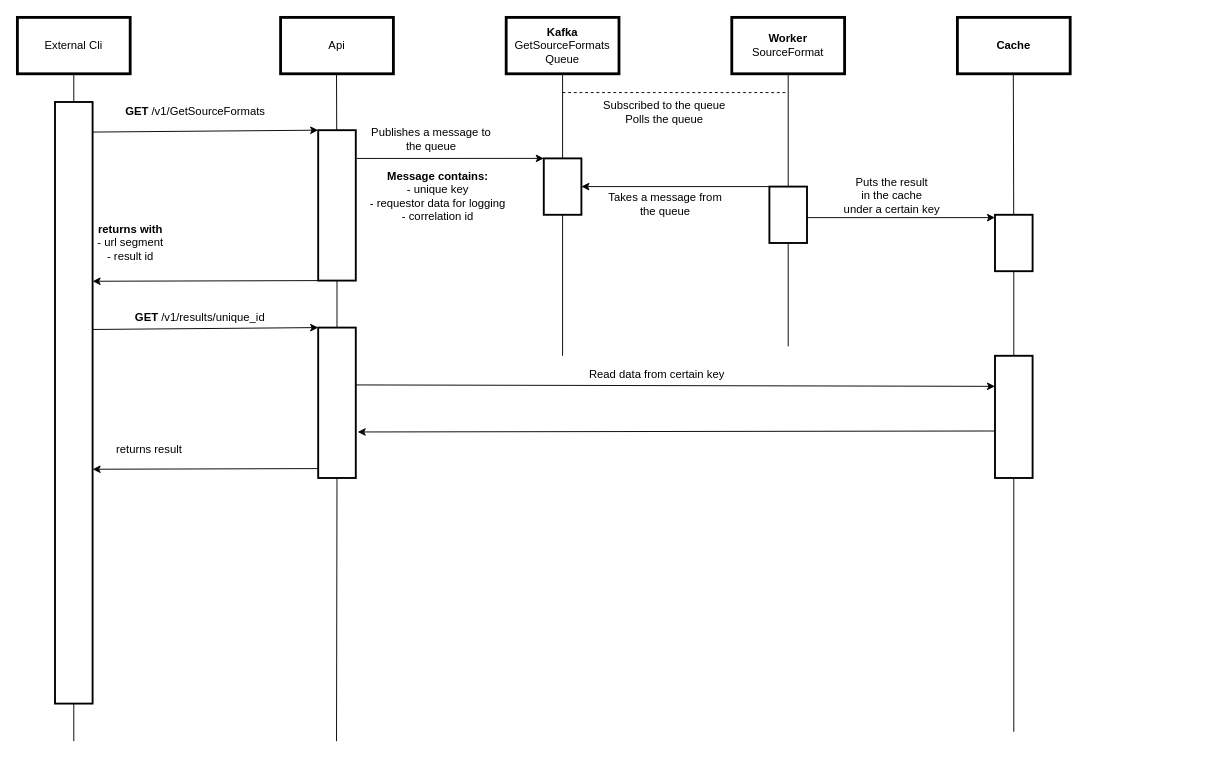
EncyclopediaGalactica/Design keeps this draw.io diagram as system_architecture/SourceFormats.drawio. Above is the earlier version. Source tidied: cells renumbered, new cells numbered last; positions are measured from the earlier drawing's top-left corner, leaving out a move shared by most shapes. Both pictures are drawn from the tidied source at 94%, with x=0, y=0 at pixel (17, 17).
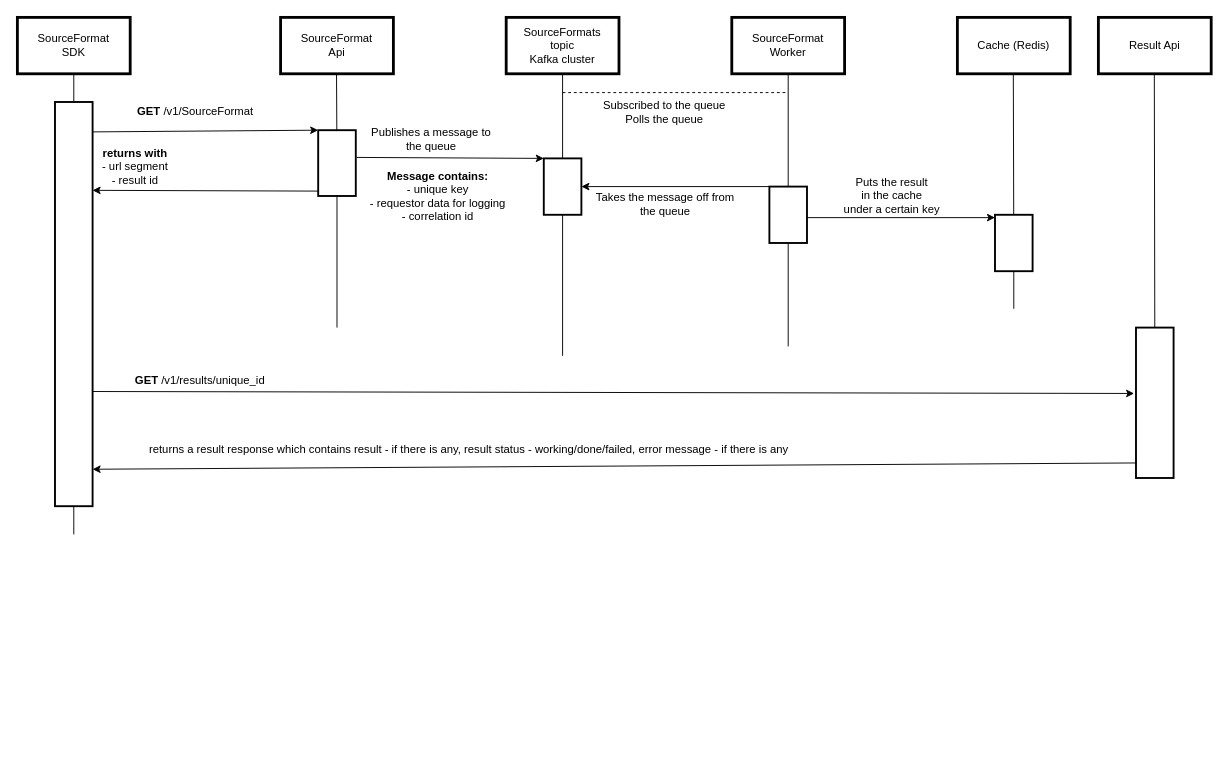
The same diagram, later.

Commit message (it also covers changes not shown here):
fix: SourceFormat workflow diagram

The change refers to these unchanged cells:
```xml
<mxCell id="13" style="rounded=0;whiteSpace=wrap;html=1;strokeWidth=2;" parent="1" vertex="1">
  <mxGeometry x="560" y="150" width="40" height="60" as="geometry" />
</mxCell>
<mxCell id="28" style="rounded=0;whiteSpace=wrap;html=1;strokeWidth=2;" parent="1" vertex="1">
  <mxGeometry x="1040" y="210" width="40" height="60" as="geometry" />
</mxCell>
```

Diff of the diagram source:
```diff
@@
-    <mxCell id="2" value="External Cli" style="rounded=0;whiteSpace=wrap;html=1;strokeWidth=3;" parent="1" vertex="1">
+    <mxCell id="2" value="SourceFormat&lt;br&gt;SDK" style="rounded=0;whiteSpace=wrap;html=1;strokeWidth=3;" parent="1" vertex="1">
       <mxGeometry width="120" height="60" as="geometry" />
     </mxCell>
-    <mxCell id="3" value="Api" style="rounded=0;whiteSpace=wrap;html=1;strokeWidth=3;" parent="1" vertex="1">
+    <mxCell id="3" value="SourceFormat&lt;br&gt;Api" style="rounded=0;whiteSpace=wrap;html=1;strokeWidth=3;" parent="1" vertex="1">
       <mxGeometry x="280" width="120" height="60" as="geometry" />
     </mxCell>
     <mxCell id="4" style="endArrow=none;html=1;rounded=0;entryX=0.5;entryY=1;entryDx=0;entryDy=0;" parent="1" edge="1" target="2">
       <mxGeometry relative="1" as="geometry">
-        <mxPoint x="60" y="770" as="sourcePoint" />
+        <mxPoint x="60" y="550" as="sourcePoint" />
       </mxGeometry>
     </mxCell>
@@
     <mxCell id="6" style="rounded=0;whiteSpace=wrap;html=1;strokeWidth=2;" parent="1" vertex="1">
-      <mxGeometry x="40" y="90" width="40" height="640" as="geometry" />
+      <mxGeometry x="40" y="90" width="40" height="430" as="geometry" />
     </mxCell>
     <mxCell id="7" style="rounded=0;whiteSpace=wrap;html=1;strokeWidth=2;" parent="1" vertex="1">
-      <mxGeometry x="320" y="120" width="40" height="160" as="geometry" />
+      <mxGeometry x="320" y="120" width="40" height="70" as="geometry" />
     </mxCell>
-    <mxCell id="8" style="endArrow=none;html=1;rounded=0;entryX=0.5;entryY=1;entryDx=0;entryDy=0;startArrow=none;" parent="1" edge="1" source="35" target="7">
-      <mxGeometry relative="1" as="geometry" />
+    <mxCell id="8" style="endArrow=none;html=1;rounded=0;entryX=0.5;entryY=1;entryDx=0;entryDy=0;startArrow=none;" parent="1" edge="1" target="7">
+      <mxGeometry relative="1" as="geometry">
+        <mxPoint x="340" y="330" as="sourcePoint" />
+      </mxGeometry>
     </mxCell>
-    <mxCell id="9" style="endArrow=classic;html=1;rounded=0;exitX=1;exitY=0.05;exitDx=0;exitDy=0;entryX=0;entryY=0;entryDx=0;entryDy=0;exitPerimeter=0;" parent="1" edge="1" source="6" target="7">
+    <mxCell id="9" style="endArrow=classic;html=1;rounded=0;exitX=1;exitY=0.074;exitDx=0;exitDy=0;entryX=0;entryY=0;entryDx=0;entryDy=0;exitPerimeter=0;" parent="1" edge="1" source="6" target="7">
       <mxGeometry relative="1" as="geometry" />
     </mxCell>
-    <mxCell id="10" value="&lt;b&gt;GET&lt;/b&gt; /v1/GetSourceFormats" style="text;html=1;align=center;verticalAlign=middle;strokeColor=none;fillColor=none;" parent="1" vertex="1">
-      <mxGeometry x="109" y="90" width="160" height="20" as="geometry" />
+    <mxCell id="10" value="&lt;b&gt;GET&lt;/b&gt; /v1/SourceFormat" style="text;html=1;align=center;verticalAlign=middle;strokeColor=none;fillColor=none;" parent="1" vertex="1">
+      <mxGeometry x="119" y="90" width="140" height="20" as="geometry" />
     </mxCell>
-    <mxCell id="11" value="&lt;b&gt;Kafka&lt;/b&gt;&lt;br&gt;GetSourceFormats&lt;br&gt;Queue" style="rounded=0;whiteSpace=wrap;html=1;strokeWidth=3;" parent="1" vertex="1">
+    <mxCell id="11" value="SourceFormats&lt;br&gt;topic&lt;br&gt;Kafka cluster" style="rounded=0;whiteSpace=wrap;html=1;strokeWidth=3;" parent="1" vertex="1">
       <mxGeometry x="520" width="120" height="60" as="geometry" />
     </mxCell>
@@
-    <mxCell id="15" style="endArrow=classic;html=1;rounded=0;exitX=1.025;exitY=0.188;exitDx=0;exitDy=0;entryX=0;entryY=0;entryDx=0;entryDy=0;exitPerimeter=0;" parent="1" edge="1" source="7" target="13">
+    <mxCell id="15" style="endArrow=classic;html=1;rounded=0;exitX=1.025;exitY=0.414;exitDx=0;exitDy=0;entryX=0;entryY=0;entryDx=0;entryDy=0;exitPerimeter=0;" parent="1" edge="1" source="7" target="13">
       <mxGeometry relative="1" as="geometry" />
     </mxCell>
@@
-    <mxCell id="17" value="&lt;b&gt;Worker&lt;/b&gt;&lt;br&gt;SourceFormat" style="rounded=0;whiteSpace=wrap;html=1;strokeWidth=3;" parent="1" vertex="1">
+    <mxCell id="17" value="SourceFormat&lt;br&gt;Worker" style="rounded=0;whiteSpace=wrap;html=1;strokeWidth=3;" parent="1" vertex="1">
       <mxGeometry x="760" width="120" height="60" as="geometry" />
     </mxCell>
@@
-    <mxCell id="25" value="Takes a message from&lt;br&gt;the queue" style="text;html=1;align=center;verticalAlign=middle;strokeColor=none;fillColor=none;" parent="1" vertex="1">
-      <mxGeometry x="619" y="184" width="140" height="30" as="geometry" />
+    <mxCell id="25" value="Takes the message off from&lt;br&gt;the queue" style="text;html=1;align=center;verticalAlign=middle;strokeColor=none;fillColor=none;" parent="1" vertex="1">
+      <mxGeometry x="609" y="184" width="160" height="30" as="geometry" />
     </mxCell>
-    <mxCell id="26" value="&lt;b&gt;Cache&lt;br&gt;&lt;/b&gt;" style="rounded=0;whiteSpace=wrap;html=1;strokeWidth=3;" parent="1" vertex="1">
+    <mxCell id="26" value="Cache (Redis)" style="rounded=0;whiteSpace=wrap;html=1;strokeWidth=3;" parent="1" vertex="1">
       <mxGeometry x="1000" width="120" height="60" as="geometry" />
     </mxCell>
@@
-    <mxCell id="29" style="endArrow=none;html=1;rounded=0;entryX=0.5;entryY=1;entryDx=0;entryDy=0;startArrow=none;" parent="1" edge="1" source="39" target="28">
-      <mxGeometry relative="1" as="geometry" />
+    <mxCell id="29" style="endArrow=none;html=1;rounded=0;entryX=0.5;entryY=1;entryDx=0;entryDy=0;startArrow=none;" parent="1" edge="1" target="28">
+      <mxGeometry relative="1" as="geometry">
+        <mxPoint x="1060" y="310" as="sourcePoint" />
+      </mxGeometry>
     </mxCell>
@@
-    <mxCell id="32" style="endArrow=classic;html=1;rounded=0;exitX=0;exitY=1;exitDx=0;exitDy=0;entryX=1;entryY=0.298;entryDx=0;entryDy=0;entryPerimeter=0;" parent="1" edge="1" source="7" target="6">
-      <mxGeometry relative="1" as="geometry" />
+    <mxCell id="32" style="endArrow=classic;html=1;rounded=0;exitX=0;exitY=1;exitDx=0;exitDy=0;entryX=1;entryY=0.44;entryDx=0;entryDy=0;entryPerimeter=0;" parent="1" edge="1">
+      <mxGeometry relative="1" as="geometry">
+        <mxPoint x="320" y="184.8" as="sourcePoint" />
+        <mxPoint x="80" y="184" as="targetPoint" />
+      </mxGeometry>
     </mxCell>
     <mxCell id="33" value="&lt;b&gt;returns with&lt;/b&gt;&lt;br&gt;- url segment&lt;br&gt;- result id" style="text;html=1;align=center;verticalAlign=middle;strokeColor=none;fillColor=none;" parent="1" vertex="1">
-      <mxGeometry x="75" y="215" width="90" height="50" as="geometry" />
+      <mxGeometry x="80" y="134" width="90" height="50" as="geometry" />
     </mxCell>
@@
-    <mxCell id="35" style="rounded=0;whiteSpace=wrap;html=1;strokeWidth=2;" parent="1" vertex="1">
-      <mxGeometry x="320" y="330" width="40" height="160" as="geometry" />
-    </mxCell>
-    <mxCell id="36" style="endArrow=none;html=1;rounded=0;entryX=0.5;entryY=1;entryDx=0;entryDy=0;" parent="1" edge="1" target="35">
-      <mxGeometry relative="1" as="geometry">
-        <mxPoint x="339.5" y="770" as="sourcePoint" />
-      </mxGeometry>
-    </mxCell>
-    <mxCell id="37" style="endArrow=classic;html=1;rounded=0;exitX=1;exitY=0.05;exitDx=0;exitDy=0;entryX=0;entryY=0;entryDx=0;entryDy=0;exitPerimeter=0;" parent="1" edge="1">
+    <mxCell id="37" style="endArrow=classic;html=1;rounded=0;exitX=1;exitY=0.05;exitDx=0;exitDy=0;entryX=-0.05;entryY=0.438;entryDx=0;entryDy=0;exitPerimeter=0;entryPerimeter=0;" parent="1" edge="1" target="39">
       <mxGeometry relative="1" as="geometry">
-        <mxPoint x="80" y="332" as="sourcePoint" />
-        <mxPoint x="320" y="330" as="targetPoint" />
+        <mxPoint x="80" y="398" as="sourcePoint" />
       </mxGeometry>
     </mxCell>
     <mxCell id="38" value="&lt;b&gt;GET&lt;/b&gt; /v1/results/unique_id" style="text;html=1;align=center;verticalAlign=middle;strokeColor=none;fillColor=none;" parent="1" vertex="1">
-      <mxGeometry x="119" y="310" width="150" height="20" as="geometry" />
+      <mxGeometry x="119" y="376" width="150" height="20" as="geometry" />
     </mxCell>
     <mxCell id="39" style="rounded=0;whiteSpace=wrap;html=1;strokeWidth=2;" parent="1" vertex="1">
-      <mxGeometry x="1040" y="360" width="40" height="130" as="geometry" />
+      <mxGeometry x="1190" y="330" width="40" height="160" as="geometry" />
     </mxCell>
-    <mxCell id="40" style="endArrow=none;html=1;rounded=0;entryX=0.5;entryY=1;entryDx=0;entryDy=0;" parent="1" edge="1" target="39">
-      <mxGeometry relative="1" as="geometry">
-        <mxPoint x="1060" y="760" as="sourcePoint" />
-      </mxGeometry>
-    </mxCell>
-    <mxCell id="41" style="endArrow=classic;html=1;rounded=0;exitX=1;exitY=0.05;exitDx=0;exitDy=0;entryX=0;entryY=0.25;entryDx=0;entryDy=0;exitPerimeter=0;" parent="1" edge="1" target="39">
-      <mxGeometry relative="1" as="geometry">
-        <mxPoint x="360" y="391" as="sourcePoint" />
-      </mxGeometry>
-    </mxCell>
-    <mxCell id="42" style="endArrow=classic;html=1;rounded=0;entryX=1.05;entryY=0.694;entryDx=0;entryDy=0;entryPerimeter=0;" parent="1" edge="1" target="35">
-      <mxGeometry relative="1" as="geometry">
-        <mxPoint x="1040" y="440" as="sourcePoint" />
-      </mxGeometry>
-    </mxCell>
-    <mxCell id="43" value="Read data from certain key" style="text;html=1;align=center;verticalAlign=middle;strokeColor=none;fillColor=none;" parent="1" vertex="1">
-      <mxGeometry x="600" y="370" width="160" height="20" as="geometry" />
-    </mxCell>
-    <mxCell id="44" style="endArrow=classic;html=1;rounded=0;exitX=0;exitY=1;exitDx=0;exitDy=0;entryX=1;entryY=0.298;entryDx=0;entryDy=0;entryPerimeter=0;" parent="1" edge="1">
+    <mxCell id="44" style="endArrow=classic;html=1;rounded=0;exitX=0.025;exitY=0.9;exitDx=0;exitDy=0;entryX=1;entryY=0.298;entryDx=0;entryDy=0;entryPerimeter=0;exitPerimeter=0;" parent="1" edge="1" source="39">
       <mxGeometry relative="1" as="geometry">
-        <mxPoint x="320" y="480" as="sourcePoint" />
         <mxPoint x="80" y="480.7" as="targetPoint" />
       </mxGeometry>
     </mxCell>
-    <mxCell id="45" value="returns result" style="text;html=1;align=center;verticalAlign=middle;strokeColor=none;fillColor=none;" parent="1" vertex="1">
-      <mxGeometry x="95" y="450" width="90" height="20" as="geometry" />
+    <mxCell id="45" value="returns a result response which contains result - if there is any, result status - working/done/failed, error message - if there is any" style="text;html=1;align=center;verticalAlign=middle;strokeColor=none;fillColor=none;" parent="1" vertex="1">
+      <mxGeometry x="130" y="450" width="700" height="20" as="geometry" />
     </mxCell>
+    <mxCell id="46" value="Result Api" style="rounded=0;whiteSpace=wrap;html=1;strokeWidth=3;" parent="1" vertex="1">
+      <mxGeometry x="1150" width="120" height="60" as="geometry" />
+    </mxCell>
+    <mxCell id="47" style="endArrow=none;html=1;rounded=0;entryX=0.5;entryY=1;entryDx=0;entryDy=0;startArrow=none;" parent="1" edge="1">
+      <mxGeometry relative="1" as="geometry">
+        <mxPoint x="1210" y="330" as="sourcePoint" />
+        <mxPoint x="1209.5" y="60" as="targetPoint" />
+      </mxGeometry>
+    </mxCell>
```
